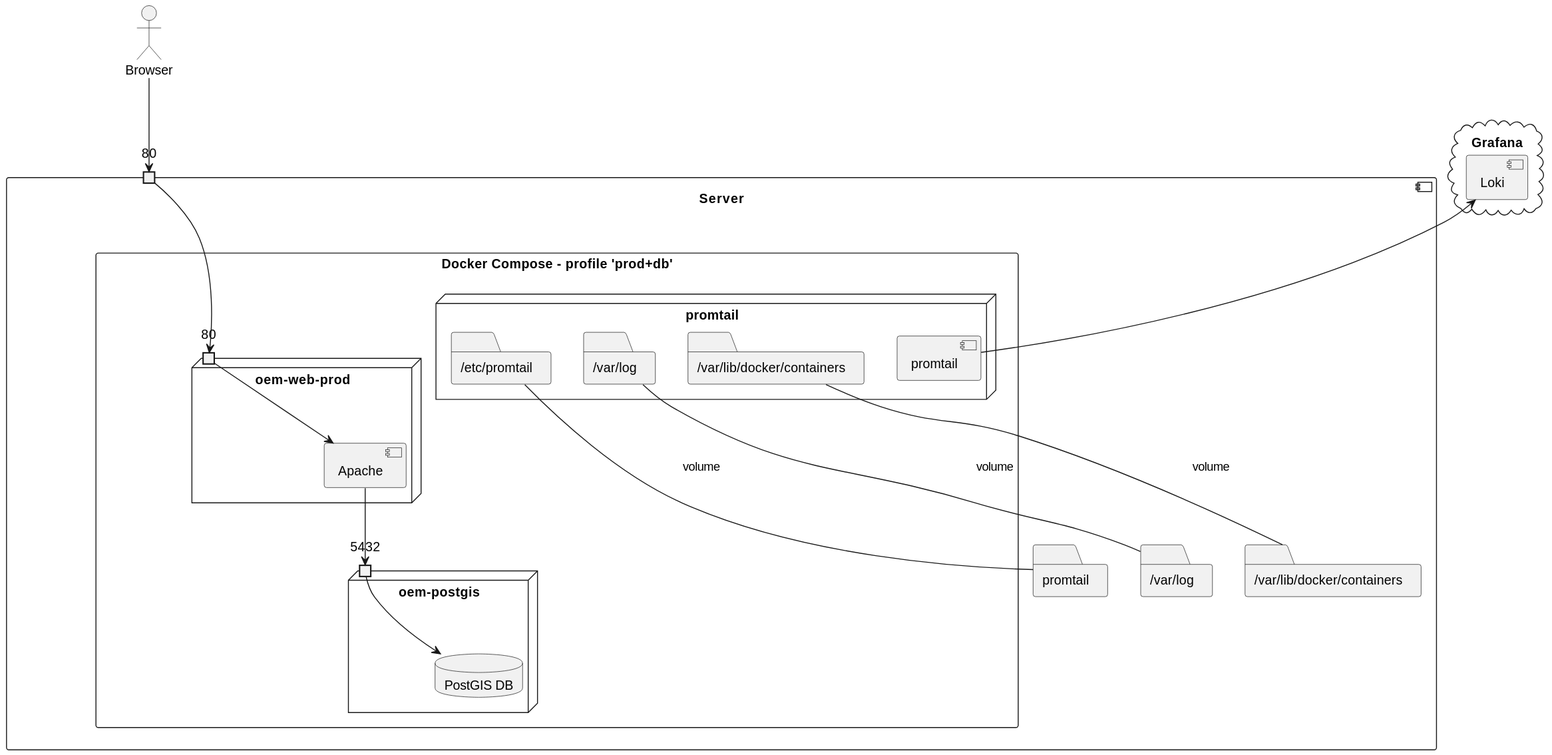
Earlier version of the PlantUML export images/prod+db_deployment.svg (Danysan1/osm-wikidata-map-framework).
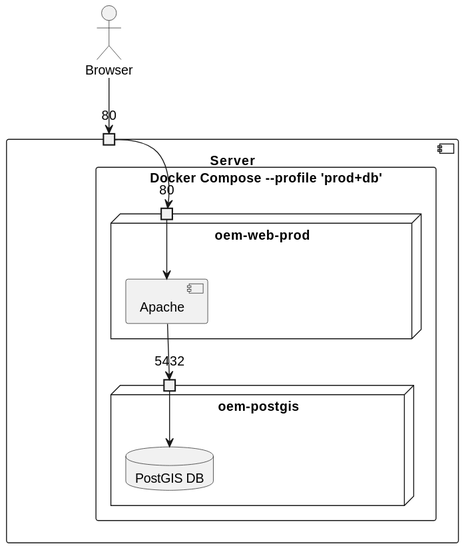
After the commit.

Diff of the diagram source:
```diff
@@ -3,34 +3,17 @@
 actor Browser
 component Server {
   port "80" as 80docker
-  rectangle "Docker Compose - profile 'prod+db'" as docker {
+  rectangle "Docker Compose --profile 'prod+db'" as docker {
     node "oem-postgis" {
       port 5432 as 5432db
       database "PostGIS DB" as db
-    }
-    node promtail {
-      component promtail as promInst
-      folder "/etc/promtail" as promRem
-      folder "/var/log" as logRem
-      folder "/var/lib/docker/containers" as contRem
     }
     node "oem-web-prod" {
       port "80" as 80webProd
       component Apache
     }
   }
-  folder "promtail" as promLoc
-  folder "/var/log" as logLoc
-  folder "/var/lib/docker/containers" as contLoc
 }
-cloud Grafana {
-  component Loki
-}
-Loki <-- promInst
-
-promRem --- promLoc : volume
-logRem --- logLoc : volume
-contRem --- contLoc : volume
 
 Apache --> 5432db
 
```
